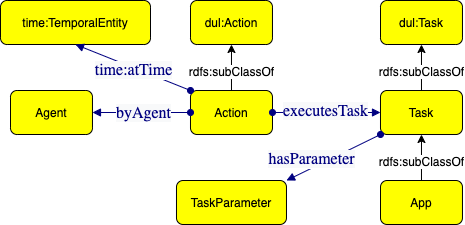
The draw.io diagram src/Action.png in luigi-asprino/MON, before a commit. Source tidied: cells renumbered, new cells last; positions are measured from the earlier drawing's top-left corner, leaving out a move shared by most shapes. Its diagram source:
```xml
<mxGraphModel>
  <root>
    <mxCell id="0" />
    <mxCell id="1" parent="0" />
    <mxCell id="2" value="Action" style="graphMlID=n4;shape=rect;rounded=1;arcsize=30;fillColor=#ffff00;strokeColor=#000000;strokeWidth=1.0;" parent="1" vertex="1">
      <mxGeometry x="190" y="90" width="82" height="44" as="geometry" />
    </mxCell>
    <mxCell id="3" value="Task" style="graphMlID=n4;shape=rect;rounded=1;arcsize=30;fillColor=#ffff00;strokeColor=#000000;strokeWidth=1.0;" parent="1" vertex="1">
      <mxGeometry x="380" y="90" width="82" height="44" as="geometry" />
    </mxCell>
    <mxCell id="4" style="graphMlID=e0;rounded=0;endArrow=block;strokeColor=#000080;strokeWidth=1.0;startArrow=oval;startFill=1;endFill=1;exitX=1;exitY=0.5;exitDx=0;exitDy=0;" parent="1" edge="1" source="2" target="3">
      <mxGeometry relative="1" as="geometry" />
    </mxCell>
    <mxCell id="5" value="&lt;span style=&quot;color: rgb(0 , 0 , 128) ; font-family: &amp;#34;dialog&amp;#34; ; font-size: 16px ; background-color: rgb(248 , 249 , 250)&quot;&gt;executesTask&lt;/span&gt;" style="text;html=1;align=center;verticalAlign=middle;labelBackgroundColor=#ffffff;" parent="4" vertex="1">
      <mxGeometry x="-0.02" y="2" relative="1" as="geometry" />
    </mxCell>
    <mxCell id="6" value="dul:Action" style="graphMlID=n4;shape=rect;rounded=1;arcsize=30;fillColor=#ffff00;strokeColor=#000000;strokeWidth=1.0;" parent="1" vertex="1">
      <mxGeometry x="190" width="82" height="44" as="geometry" />
    </mxCell>
    <mxCell id="7" value="dul:Task" style="graphMlID=n4;shape=rect;rounded=1;arcsize=30;fillColor=#ffff00;strokeColor=#000000;strokeWidth=1.0;" parent="1" vertex="1">
      <mxGeometry x="380" width="82" height="44" as="geometry" />
    </mxCell>
    <mxCell id="8" style="endArrow=classic;html=1;textDirection=ltr;exitX=0.5;exitY=0;exitDx=0;exitDy=0;" parent="1" edge="1" source="2" target="6">
      <mxGeometry relative="1" as="geometry" />
    </mxCell>
    <mxCell id="9" value="rdfs:subClassOf" style="text;html=1;align=center;verticalAlign=middle;labelBackgroundColor=#ffffff;rotation=0;" parent="8" vertex="1">
      <mxGeometry x="-0.22" relative="1" as="geometry">
        <mxPoint y="-2" as="offset" />
      </mxGeometry>
    </mxCell>
    <mxCell id="10" style="endArrow=classic;html=1;textDirection=ltr;entryX=0.5;entryY=1;entryDx=0;entryDy=0;" parent="1" edge="1" source="3" target="7">
      <mxGeometry relative="1" as="geometry" />
    </mxCell>
    <mxCell id="11" value="rdfs:subClassOf" style="text;html=1;align=center;verticalAlign=middle;labelBackgroundColor=#ffffff;rotation=0;" parent="10" vertex="1">
      <mxGeometry x="-0.22" relative="1" as="geometry">
        <mxPoint y="-2" as="offset" />
      </mxGeometry>
    </mxCell>
    <mxCell id="12" value="App" style="graphMlID=n4;shape=rect;rounded=1;arcsize=30;fillColor=#ffff00;strokeColor=#000000;strokeWidth=1.0;" parent="1" vertex="1">
      <mxGeometry x="380" y="180" width="82" height="44" as="geometry" />
    </mxCell>
    <mxCell id="13" value="TaskParameter" style="graphMlID=n4;shape=rect;rounded=1;arcsize=30;fillColor=#ffff00;strokeColor=#000000;strokeWidth=1.0;" parent="1" vertex="1">
      <mxGeometry x="176" y="180" width="110" height="44" as="geometry" />
    </mxCell>
    <mxCell id="14" value="Agent" style="graphMlID=n4;shape=rect;rounded=1;arcsize=30;fillColor=#ffff00;strokeColor=#000000;strokeWidth=1.0;" parent="1" vertex="1">
      <mxGeometry x="10" y="90" width="82" height="44" as="geometry" />
    </mxCell>
    <mxCell id="15" style="graphMlID=e0;rounded=0;endArrow=block;strokeColor=#000080;strokeWidth=1.0;startArrow=oval;startFill=1;endFill=1;exitX=0;exitY=0.5;exitDx=0;exitDy=0;entryX=1;entryY=0.5;entryDx=0;entryDy=0;" parent="1" edge="1" source="2" target="14">
      <mxGeometry relative="1" as="geometry" />
    </mxCell>
    <mxCell id="16" value="&lt;span style=&quot;color: rgb(0 , 0 , 128) ; font-family: &amp;#34;dialog&amp;#34; ; font-size: 16px ; background-color: rgb(248 , 249 , 250)&quot;&gt;byAgent&lt;/span&gt;" style="text;html=1;align=center;verticalAlign=middle;labelBackgroundColor=#ffffff;" parent="15" vertex="1">
      <mxGeometry x="-0.02" y="2" relative="1" as="geometry">
        <mxPoint y="-2" as="offset" />
      </mxGeometry>
    </mxCell>
    <mxCell id="17" value="time:TemporalEntity" style="graphMlID=n4;shape=rect;rounded=1;arcsize=30;fillColor=#ffff00;strokeColor=#000000;strokeWidth=1.0;" parent="1" vertex="1">
      <mxGeometry width="150" height="44" as="geometry" />
    </mxCell>
    <mxCell id="18" style="graphMlID=e0;rounded=0;endArrow=block;strokeColor=#000080;strokeWidth=1.0;startArrow=oval;startFill=1;endFill=1;exitX=0;exitY=0;exitDx=0;exitDy=0;entryX=0.5;entryY=1;entryDx=0;entryDy=0;" parent="1" edge="1" source="2" target="17">
      <mxGeometry relative="1" as="geometry" />
    </mxCell>
    <mxCell id="19" value="&lt;span style=&quot;color: rgb(0 , 0 , 128) ; font-family: &amp;#34;dialog&amp;#34; ; font-size: 16px ; background-color: rgb(248 , 249 , 250)&quot;&gt;time:atTime&lt;/span&gt;" style="text;html=1;align=center;verticalAlign=middle;labelBackgroundColor=#ffffff;" parent="18" vertex="1">
      <mxGeometry x="-0.02" y="2" relative="1" as="geometry" />
    </mxCell>
    <mxCell id="20" style="graphMlID=e0;rounded=0;endArrow=block;strokeColor=#000080;strokeWidth=1.0;startArrow=oval;startFill=1;endFill=1;exitX=0;exitY=1;exitDx=0;exitDy=0;entryX=1;entryY=0;entryDx=0;entryDy=0;" parent="1" edge="1" source="3" target="13">
      <mxGeometry relative="1" as="geometry" />
    </mxCell>
    <mxCell id="21" value="&lt;span style=&quot;color: rgb(0 , 0 , 128) ; font-family: &amp;#34;dialog&amp;#34; ; font-size: 16px ; background-color: rgb(248 , 249 , 250)&quot;&gt;hasParameter&lt;/span&gt;" style="text;html=1;align=center;verticalAlign=middle;labelBackgroundColor=#ffffff;" parent="20" vertex="1">
      <mxGeometry x="-0.02" y="2" relative="1" as="geometry">
        <mxPoint x="-25" as="offset" />
      </mxGeometry>
    </mxCell>
    <mxCell id="22" style="endArrow=classic;html=1;textDirection=ltr;exitX=0.5;exitY=0;exitDx=0;exitDy=0;" parent="1" edge="1" source="12" target="3">
      <mxGeometry relative="1" as="geometry" />
    </mxCell>
    <mxCell id="23" value="rdfs:subClassOf" style="text;html=1;align=center;verticalAlign=middle;labelBackgroundColor=#ffffff;rotation=0;" parent="22" vertex="1">
      <mxGeometry x="-0.22" relative="1" as="geometry">
        <mxPoint y="-2" as="offset" />
      </mxGeometry>
    </mxCell>
  </root>
</mxGraphModel>
```
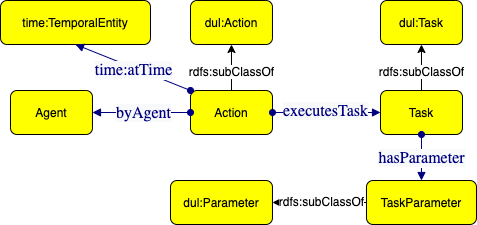
The same diagram one commit later.

Commit message:
Update action ontology

The edit, as a diff of the source:
```diff
@@ -36,11 +36,8 @@
         <mxPoint y="-2" as="offset" />
       </mxGeometry>
     </mxCell>
-    <mxCell id="12" value="App" style="graphMlID=n4;shape=rect;rounded=1;arcsize=30;fillColor=#ffff00;strokeColor=#000000;strokeWidth=1.0;" parent="1" vertex="1">
-      <mxGeometry x="380" y="180" width="82" height="44" as="geometry" />
-    </mxCell>
     <mxCell id="13" value="TaskParameter" style="graphMlID=n4;shape=rect;rounded=1;arcsize=30;fillColor=#ffff00;strokeColor=#000000;strokeWidth=1.0;" parent="1" vertex="1">
-      <mxGeometry x="176" y="180" width="110" height="44" as="geometry" />
+      <mxGeometry x="366" y="180" width="110" height="44" as="geometry" />
     </mxCell>
     <mxCell id="14" value="Agent" style="graphMlID=n4;shape=rect;rounded=1;arcsize=30;fillColor=#ffff00;strokeColor=#000000;strokeWidth=1.0;" parent="1" vertex="1">
       <mxGeometry x="10" y="90" width="82" height="44" as="geometry" />
@@ -62,20 +59,23 @@
     <mxCell id="19" value="&lt;span style=&quot;color: rgb(0 , 0 , 128) ; font-family: &amp;#34;dialog&amp;#34; ; font-size: 16px ; background-color: rgb(248 , 249 , 250)&quot;&gt;time:atTime&lt;/span&gt;" style="text;html=1;align=center;verticalAlign=middle;labelBackgroundColor=#ffffff;" parent="18" vertex="1">
       <mxGeometry x="-0.02" y="2" relative="1" as="geometry" />
     </mxCell>
-    <mxCell id="20" style="graphMlID=e0;rounded=0;endArrow=block;strokeColor=#000080;strokeWidth=1.0;startArrow=oval;startFill=1;endFill=1;exitX=0;exitY=1;exitDx=0;exitDy=0;entryX=1;entryY=0;entryDx=0;entryDy=0;" parent="1" edge="1" source="3" target="13">
+    <mxCell id="20" style="graphMlID=e0;rounded=0;endArrow=block;strokeColor=#000080;strokeWidth=1.0;startArrow=oval;startFill=1;endFill=1;exitX=0.5;exitY=1;exitDx=0;exitDy=0;entryX=0.5;entryY=0;entryDx=0;entryDy=0;" parent="1" edge="1" source="3" target="13">
       <mxGeometry relative="1" as="geometry" />
     </mxCell>
     <mxCell id="21" value="&lt;span style=&quot;color: rgb(0 , 0 , 128) ; font-family: &amp;#34;dialog&amp;#34; ; font-size: 16px ; background-color: rgb(248 , 249 , 250)&quot;&gt;hasParameter&lt;/span&gt;" style="text;html=1;align=center;verticalAlign=middle;labelBackgroundColor=#ffffff;" parent="20" vertex="1">
       <mxGeometry x="-0.02" y="2" relative="1" as="geometry">
-        <mxPoint x="-25" as="offset" />
+        <mxPoint x="-2" as="offset" />
       </mxGeometry>
     </mxCell>
-    <mxCell id="22" style="endArrow=classic;html=1;textDirection=ltr;exitX=0.5;exitY=0;exitDx=0;exitDy=0;" parent="1" edge="1" source="12" target="3">
-      <mxGeometry relative="1" as="geometry" />
-    </mxCell>
+    <mxCell id="24" value="dul:Parameter" style="graphMlID=n4;shape=rect;rounded=1;arcsize=30;fillColor=#ffff00;strokeColor=#000000;strokeWidth=1.0;" parent="1" vertex="1">
+      <mxGeometry x="170" y="180" width="102" height="44" as="geometry" />
+    </mxCell>
+    <mxCell id="25" style="endArrow=classic;html=1;textDirection=ltr;entryX=1;entryY=0.5;entryDx=0;entryDy=0;exitX=0;exitY=0.5;exitDx=0;exitDy=0;" parent="1" edge="1" source="13" target="24">
+      <mxGeometry relative="1" as="geometry" />
+    </mxCell>
-    <mxCell id="23" value="rdfs:subClassOf" style="text;html=1;align=center;verticalAlign=middle;labelBackgroundColor=#ffffff;rotation=0;" parent="22" vertex="1">
+    <mxCell id="23" value="rdfs:subClassOf" style="text;html=1;align=center;verticalAlign=middle;labelBackgroundColor=#ffffff;rotation=0;" parent="25" vertex="1">
       <mxGeometry x="-0.22" relative="1" as="geometry">
-        <mxPoint y="-2" as="offset" />
+        <mxPoint x="-8" y="-2" as="offset" />
       </mxGeometry>
     </mxCell>
   </root>
```
